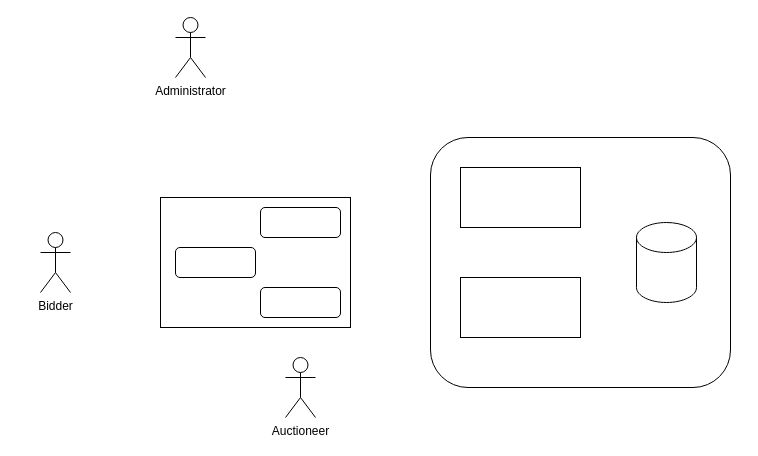
This is Process Diagram.drawio from AaronVS/BidWin, a draw.io file, before an edit. Source tidied: cells renumbered, new cells numbered last; positions are measured from the earlier drawing's top-left corner, leaving out a move shared by most shapes. Both pictures are drawn from the tidied source at 100%, with x=0, y=0 at pixel (40, 17).
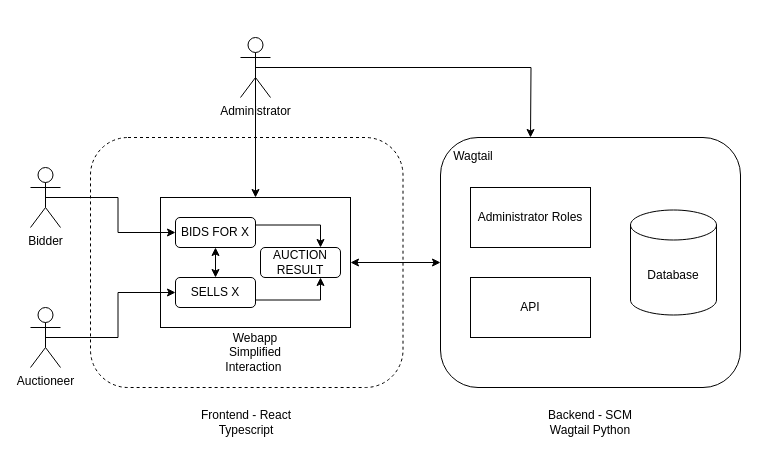
The same page after the edit.

Unchanged cells that the change refers to:
```xml
<mxCell id="2" style="rounded=0;whiteSpace=wrap;html=1;" parent="1" vertex="1">
  <mxGeometry x="120" y="180" width="190" height="130" as="geometry" />
</mxCell>
```

What changed in the source:
```diff
@@
+    <mxCell id="14" style="rounded=1;whiteSpace=wrap;html=1;dashed=1;" parent="1" vertex="1">
+      <mxGeometry x="50" y="120" width="312.5" height="250" as="geometry" />
+    </mxCell>
@@
+    <mxCell id="15" style="edgeStyle=orthogonalEdgeStyle;rounded=0;jettySize=auto;html=1;exitX=0.5;exitY=0.5;exitDx=0;exitDy=0;exitPerimeter=0;entryX=0;entryY=0.5;entryDx=0;entryDy=0;" parent="1" edge="1" source="3" target="11">
+      <mxGeometry relative="1" as="geometry" />
+    </mxCell>
     <mxCell id="3" value="Bidder" style="shape=umlActor;verticalLabelPosition=bottom;verticalAlign=top;html=1;outlineConnect=0;" parent="1" vertex="1">
-      <mxGeometry y="215" width="30" height="60" as="geometry" />
+      <mxGeometry x="-10" y="150" width="30" height="60" as="geometry" />
     </mxCell>
+    <mxCell id="16" style="edgeStyle=orthogonalEdgeStyle;rounded=0;jettySize=auto;html=1;exitX=0.5;exitY=0.5;exitDx=0;exitDy=0;exitPerimeter=0;entryX=0;entryY=0.5;entryDx=0;entryDy=0;" parent="1" edge="1" source="4" target="13">
+      <mxGeometry relative="1" as="geometry" />
+    </mxCell>
     <mxCell id="4" value="Auctioneer" style="shape=umlActor;verticalLabelPosition=bottom;verticalAlign=top;html=1;outlineConnect=0;" parent="1" vertex="1">
-      <mxGeometry x="245" y="340" width="30" height="60" as="geometry" />
+      <mxGeometry x="-10" y="290" width="30" height="60" as="geometry" />
     </mxCell>
+    <mxCell id="17" style="edgeStyle=orthogonalEdgeStyle;rounded=0;jettySize=auto;html=1;exitX=0.5;exitY=0.5;exitDx=0;exitDy=0;exitPerimeter=0;entryX=0.5;entryY=0;entryDx=0;entryDy=0;" parent="1" edge="1" source="5" target="2">
+      <mxGeometry relative="1" as="geometry" />
+    </mxCell>
+    <mxCell id="18" style="edgeStyle=orthogonalEdgeStyle;rounded=0;jettySize=auto;html=1;exitX=0.5;exitY=0.5;exitDx=0;exitDy=0;exitPerimeter=0;" parent="1" edge="1" source="5">
+      <mxGeometry relative="1" as="geometry">
+        <mxPoint x="490" y="120" as="targetPoint" />
+      </mxGeometry>
+    </mxCell>
     <mxCell id="5" value="Administrator" style="shape=umlActor;verticalLabelPosition=bottom;verticalAlign=top;html=1;outlineConnect=0;" parent="1" vertex="1">
-      <mxGeometry x="135" width="30" height="60" as="geometry" />
+      <mxGeometry x="200" y="20" width="30" height="60" as="geometry" />
     </mxCell>
     <mxCell id="6" style="group;" parent="1" vertex="1">
-      <mxGeometry x="390" y="120" width="300" height="250" as="geometry" />
+      <mxGeometry x="400" y="110" width="300" height="250" as="geometry" />
     </mxCell>
     <mxCell id="7" style="rounded=1;whiteSpace=wrap;html=1;" parent="6" vertex="1">
-      <mxGeometry width="300" height="250" as="geometry" />
+      <mxGeometry y="10" width="300" height="250" as="geometry" />
     </mxCell>
-    <mxCell id="8" style="rounded=0;whiteSpace=wrap;html=1;" parent="6" vertex="1">
-      <mxGeometry x="30" y="30" width="120" height="60" as="geometry" />
+    <mxCell id="8" value="Administrator Roles" style="rounded=0;whiteSpace=wrap;html=1;" parent="6" vertex="1">
+      <mxGeometry x="30" y="60" width="120" height="60" as="geometry" />
     </mxCell>
-    <mxCell id="9" style="rounded=0;whiteSpace=wrap;html=1;" parent="6" vertex="1">
-      <mxGeometry x="30" y="140" width="120" height="60" as="geometry" />
-    </mxCell>
-    <mxCell id="10" style="shape=cylinder3;whiteSpace=wrap;html=1;boundedLbl=1;backgroundOutline=1;size=15;" parent="6" vertex="1">
-      <mxGeometry x="206" y="85" width="60" height="80" as="geometry" />
+    <mxCell id="10" value="Database" style="shape=cylinder3;whiteSpace=wrap;html=1;boundedLbl=1;backgroundOutline=1;size=15;" parent="6" vertex="1">
+      <mxGeometry x="190" y="82.5" width="86" height="105" as="geometry" />
     </mxCell>
+    <mxCell id="19" value="API" style="rounded=0;whiteSpace=wrap;html=1;" parent="6" vertex="1">
+      <mxGeometry x="30" y="150" width="120" height="60" as="geometry" />
+    </mxCell>
+    <mxCell id="20" value="Wagtail" style="text;html=1;strokeColor=none;fillColor=none;align=center;verticalAlign=middle;whiteSpace=wrap;rounded=0;" parent="6" vertex="1">
+      <mxGeometry x="3" y="14" width="60" height="30" as="geometry" />
+    </mxCell>
+    <mxCell id="21" style="edgeStyle=orthogonalEdgeStyle;rounded=0;jettySize=auto;html=1;exitX=1;exitY=0.25;exitDx=0;exitDy=0;entryX=0.75;entryY=0;entryDx=0;entryDy=0;" parent="1" edge="1" source="11" target="12">
+      <mxGeometry relative="1" as="geometry" />
+    </mxCell>
-    <mxCell id="11" style="rounded=1;whiteSpace=wrap;html=1;" parent="1" vertex="1">
-      <mxGeometry x="135" y="230" width="80" height="30" as="geometry" />
+    <mxCell id="11" value="BIDS FOR X" style="rounded=1;whiteSpace=wrap;html=1;" parent="1" vertex="1">
+      <mxGeometry x="135" y="200" width="80" height="30" as="geometry" />
     </mxCell>
-    <mxCell id="12" style="rounded=1;whiteSpace=wrap;html=1;" parent="1" vertex="1">
-      <mxGeometry x="220" y="190" width="80" height="30" as="geometry" />
+    <mxCell id="12" value="AUCTION RESULT" style="rounded=1;whiteSpace=wrap;html=1;" parent="1" vertex="1">
+      <mxGeometry x="220" y="230" width="80" height="30" as="geometry" />
     </mxCell>
+    <mxCell id="22" style="edgeStyle=orthogonalEdgeStyle;rounded=0;jettySize=auto;html=1;exitX=1;exitY=0.75;exitDx=0;exitDy=0;entryX=0.75;entryY=1;entryDx=0;entryDy=0;" parent="1" edge="1" source="13" target="12">
+      <mxGeometry relative="1" as="geometry" />
+    </mxCell>
-    <mxCell id="13" style="rounded=1;whiteSpace=wrap;html=1;" parent="1" vertex="1">
-      <mxGeometry x="220" y="270" width="80" height="30" as="geometry" />
+    <mxCell id="13" value="SELLS X" style="rounded=1;whiteSpace=wrap;html=1;" parent="1" vertex="1">
+      <mxGeometry x="135" y="260" width="80" height="30" as="geometry" />
     </mxCell>
+    <mxCell id="23" style="endArrow=classic;startArrow=classic;html=1;rounded=0;exitX=0.5;exitY=0;exitDx=0;exitDy=0;" parent="1" edge="1" source="13" target="11">
+      <mxGeometry relative="1" as="geometry" />
+    </mxCell>
+    <mxCell id="24" value="&lt;div style=&quot;&quot;&gt;&lt;span style=&quot;background-color: initial;&quot;&gt;Webapp Simplified Interaction&amp;nbsp;&lt;/span&gt;&lt;/div&gt;" style="text;html=1;strokeColor=none;fillColor=none;align=center;verticalAlign=middle;whiteSpace=wrap;rounded=0;" parent="1" vertex="1">
+      <mxGeometry x="185" y="320" width="60" height="30" as="geometry" />
+    </mxCell>
+    <mxCell id="25" value="Backend - SCM Wagtail Python" style="text;html=1;strokeColor=none;fillColor=none;align=center;verticalAlign=middle;whiteSpace=wrap;rounded=0;" parent="1" vertex="1">
+      <mxGeometry x="505" y="390" width="90" height="30" as="geometry" />
+    </mxCell>
+    <mxCell id="26" value="Frontend - React Typescript" style="text;html=1;strokeColor=none;fillColor=none;align=center;verticalAlign=middle;whiteSpace=wrap;rounded=0;" parent="1" vertex="1">
+      <mxGeometry x="149.4" y="390" width="113.8" height="30" as="geometry" />
+    </mxCell>
+    <mxCell id="27" style="endArrow=classic;startArrow=classic;html=1;rounded=0;entryX=0;entryY=0.5;entryDx=0;entryDy=0;exitX=1;exitY=0.5;exitDx=0;exitDy=0;" parent="1" edge="1" source="2" target="7">
+      <mxGeometry relative="1" as="geometry" />
+    </mxCell>
```
